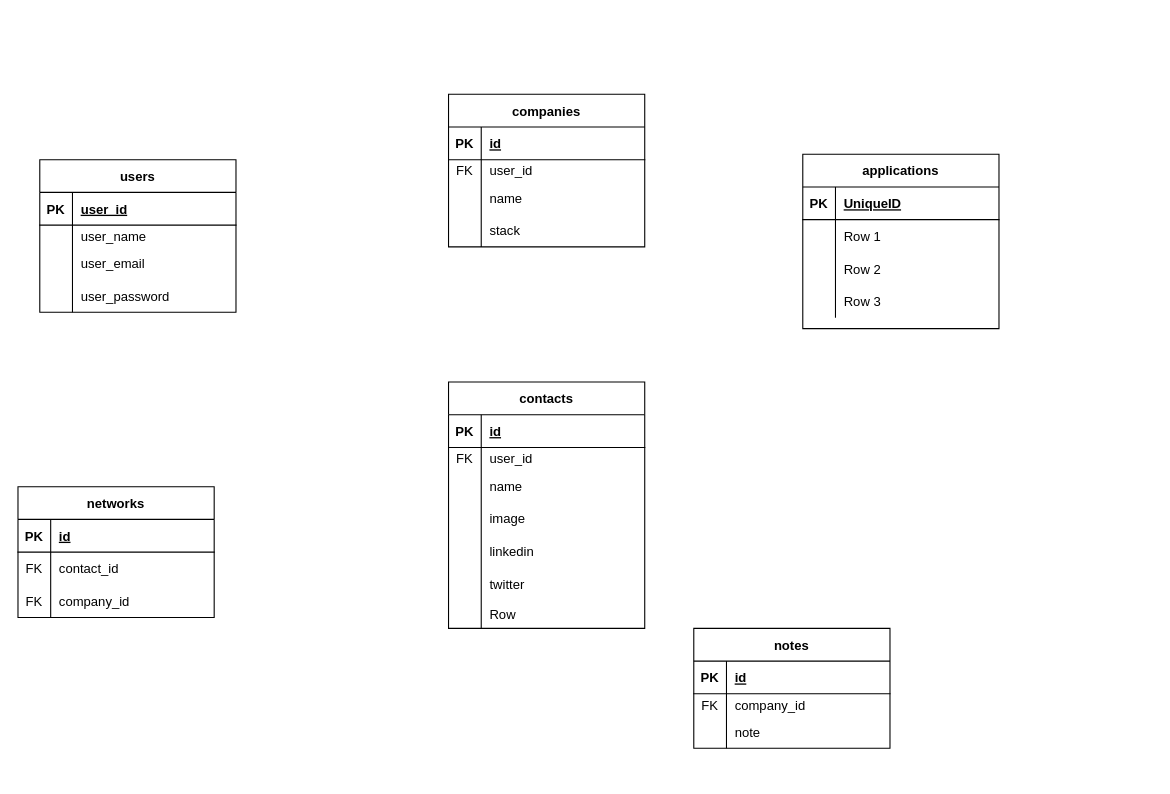
The draw.io diagram project_planning/Diagram.drawio in hopeVaughn/job_map, before the edit. Source tidied: cells renumbered, new cells numbered last; positions are measured from the earlier drawing's top-left corner, leaving out a move shared by most shapes. Both pictures are drawn from the tidied source at 109%, with x=0, y=0 at pixel (17, 94).
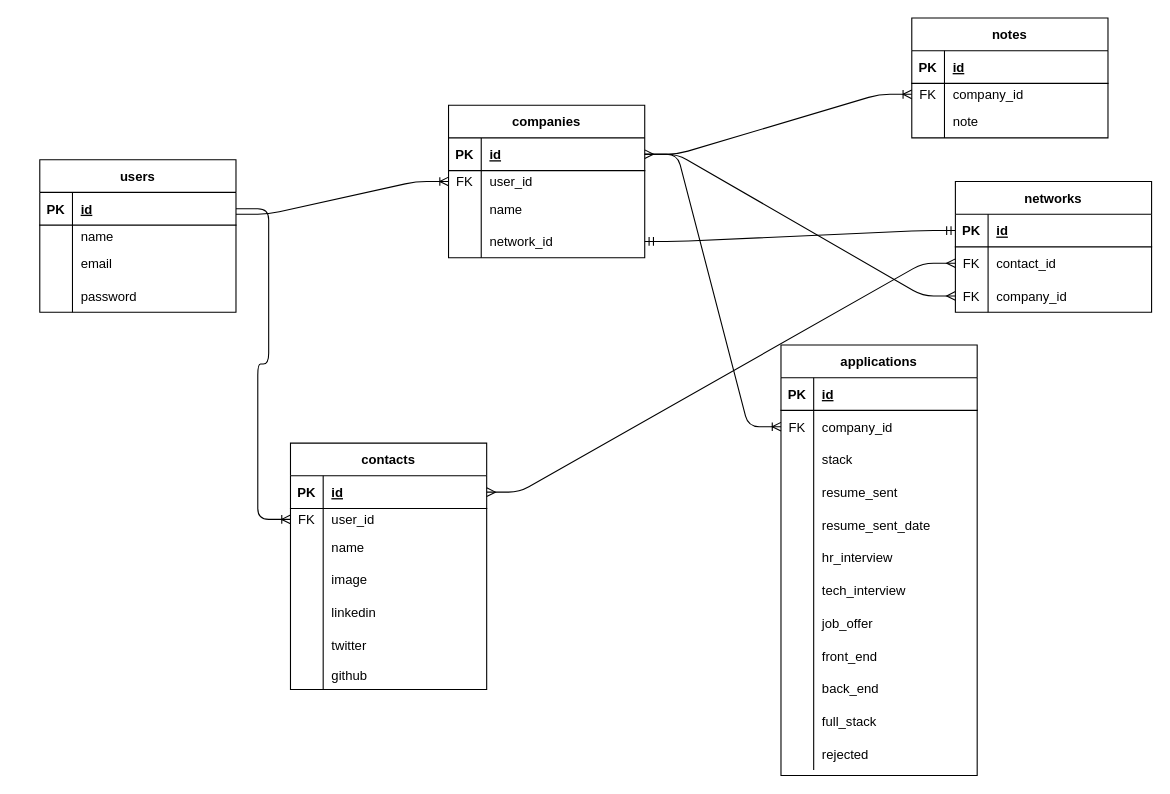
Above is the later version.

Commit message:
moar changes to this branch db re-work

The change refers to these unchanged cells:
```xml
<mxCell id="3" style="shape=partialRectangle;fillColor=none;top=0;left=0;bottom=1;right=0;points=[[0,0.5],[1,0.5]];portConstraint=eastwest;" parent="2" vertex="1">
  <mxGeometry y="30" width="180" height="30" as="geometry" />
</mxCell>
<mxCell id="6" style="shape=partialRectangle;fillColor=none;top=0;left=0;bottom=0;right=0;points=[[0,0.5],[1,0.5]];portConstraint=eastwest;" parent="2" vertex="1">
  <mxGeometry y="60" width="180" height="20" as="geometry" />
</mxCell>
<mxCell id="12" style="shape=partialRectangle;fillColor=none;top=0;left=0;bottom=0;right=0;points=[[0,0.5],[1,0.5]];portConstraint=eastwest;" parent="2" vertex="1">
  <mxGeometry y="110" width="180" height="30" as="geometry" />
</mxCell>
<mxCell id="16" style="shape=partialRectangle;fillColor=none;top=0;left=0;bottom=1;right=0;points=[[0,0.5],[1,0.5]];portConstraint=eastwest;" parent="15" vertex="1">
  <mxGeometry y="30" width="180" height="30" as="geometry" />
</mxCell>
<mxCell id="19" style="shape=partialRectangle;fillColor=none;top=0;left=0;bottom=0;right=0;" parent="15" vertex="1">
  <mxGeometry y="60" width="180" height="20" as="geometry" />
</mxCell>
<mxCell id="22" style="shape=partialRectangle;fillColor=none;top=0;left=0;bottom=0;right=0;" parent="15" vertex="1">
  <mxGeometry y="80" width="180" height="30" as="geometry" />
</mxCell>
<mxCell id="25" style="shape=partialRectangle;fillColor=none;top=0;left=0;bottom=0;right=0;" parent="15" vertex="1">
  <mxGeometry y="110" width="180" height="30" as="geometry" />
</mxCell>
<mxCell id="29" style="shape=partialRectangle;fillColor=none;top=0;left=0;bottom=1;right=0;" parent="28" vertex="1">
  <mxGeometry y="30" width="180" height="30" as="geometry" />
</mxCell>
<mxCell id="32" style="shape=partialRectangle;fillColor=none;top=0;left=0;bottom=0;right=0;points=[[0,0.5],[1,0.5]];portConstraint=eastwest;" parent="28" vertex="1">
  <mxGeometry y="60" width="180" height="30" as="geometry" />
</mxCell>
<mxCell id="35" style="shape=partialRectangle;fillColor=none;top=0;left=0;bottom=0;right=0;" parent="28" vertex="1">
  <mxGeometry y="90" width="180" height="30" as="geometry" />
</mxCell>
<mxCell id="38" style="shape=partialRectangle;fillColor=none;top=0;left=0;bottom=0;right=0;" parent="28" vertex="1">
  <mxGeometry y="120" width="180" height="30" as="geometry" />
</mxCell>
<mxCell id="45" style="shape=partialRectangle;fillColor=none;top=0;left=0;bottom=0;right=0;points=[[0,0.5],[1,0.5]];portConstraint=eastwest;" parent="41" vertex="1">
  <mxGeometry y="60" width="180" height="20" as="geometry" />
</mxCell>
<mxCell id="52" style="shape=partialRectangle;fillColor=none;top=0;left=0;bottom=1;right=0;points=[[0,0.5],[1,0.5]];portConstraint=eastwest;" parent="51" vertex="1">
  <mxGeometry y="30" width="180" height="30" as="geometry" />
</mxCell>
<mxCell id="55" style="shape=partialRectangle;fillColor=none;top=0;left=0;bottom=0;right=0;points=[[0,0.5],[1,0.5]];portConstraint=eastwest;" parent="51" vertex="1">
  <mxGeometry y="60" width="180" height="30" as="geometry" />
</mxCell>
<mxCell id="58" style="shape=partialRectangle;fillColor=none;top=0;left=0;bottom=0;right=0;points=[[0,0.5],[1,0.5]];portConstraint=eastwest;" parent="51" vertex="1">
  <mxGeometry y="90" width="180" height="30" as="geometry" />
</mxCell>
<mxCell id="62" style="shape=partialRectangle;fillColor=none;top=0;left=0;bottom=1;right=0;points=[[0,0.5],[1,0.5]];portConstraint=eastwest;" parent="61" vertex="1">
  <mxGeometry y="30" width="180" height="30" as="geometry" />
</mxCell>
<mxCell id="65" style="shape=partialRectangle;fillColor=none;top=0;left=0;bottom=0;right=0;points=[[0,0.5],[1,0.5]];portConstraint=eastwest;" parent="61" vertex="1">
  <mxGeometry y="60" width="180" height="20" as="geometry" />
</mxCell>
<mxCell id="80" style="shape=partialRectangle;fillColor=none;top=0;left=0;bottom=0;right=0;" parent="61" vertex="1">
  <mxGeometry y="200" width="180" height="26" as="geometry" />
</mxCell>
```

What changed in the source:
```diff
@@
     <mxCell id="2" value="companies" style="shape=table;startSize=30;childLayout=tableLayout;rowLines=0;fontStyle=1;align=center;" parent="1" vertex="1">
-      <mxGeometry x="395" width="180" height="140" as="geometry" />
+      <mxGeometry x="395" y="10" width="180" height="140" as="geometry" />
     </mxCell>
@@
-    <mxCell id="13" style="shape=partialRectangle;fillColor=none;top=0;left=0;bottom=0;right=0;overflow=hidden;" parent="12" vertex="1">
-      <mxGeometry width="30" height="30" as="geometry" />
-    </mxCell>
-    <mxCell id="14" value="stack" style="shape=partialRectangle;fillColor=none;top=0;left=0;bottom=0;right=0;align=left;spacingLeft=6;overflow=hidden;" parent="12" vertex="1">
-      <mxGeometry x="30" width="150" height="30" as="geometry" />
-    </mxCell>
+    <mxCell id="83" style="shape=partialRectangle;fillColor=none;top=0;left=0;bottom=0;right=0;overflow=hidden;" parent="12" vertex="1">
+      <mxGeometry width="30" height="30" as="geometry" />
+    </mxCell>
+    <mxCell id="84" value="network_id" style="shape=partialRectangle;fillColor=none;top=0;left=0;bottom=0;right=0;align=left;spacingLeft=6;overflow=hidden;" parent="12" vertex="1">
+      <mxGeometry x="30" width="150" height="30" as="geometry" />
+    </mxCell>
@@
-    <mxCell id="18" value="user_id" style="shape=partialRectangle;fillColor=none;top=0;left=0;bottom=0;right=0;align=left;spacingLeft=6;fontStyle=5;overflow=hidden;" parent="16" vertex="1">
+    <mxCell id="18" value="id" style="shape=partialRectangle;fillColor=none;top=0;left=0;bottom=0;right=0;align=left;spacingLeft=6;fontStyle=5;overflow=hidden;" parent="16" vertex="1">
       <mxGeometry x="30" width="150" height="30" as="geometry" />
     </mxCell>
@@
-    <mxCell id="21" value="user_name" style="shape=partialRectangle;fillColor=none;top=0;left=0;bottom=0;right=0;align=left;spacingLeft=6;overflow=hidden;" parent="19" vertex="1">
+    <mxCell id="21" value="name" style="shape=partialRectangle;fillColor=none;top=0;left=0;bottom=0;right=0;align=left;spacingLeft=6;overflow=hidden;" parent="19" vertex="1">
       <mxGeometry x="30" width="150" height="20" as="geometry" />
     </mxCell>
@@
-    <mxCell id="24" value="user_email" style="shape=partialRectangle;fillColor=none;top=0;left=0;bottom=0;right=0;align=left;spacingLeft=6;overflow=hidden;" parent="22" vertex="1">
+    <mxCell id="24" value="email" style="shape=partialRectangle;fillColor=none;top=0;left=0;bottom=0;right=0;align=left;spacingLeft=6;overflow=hidden;" parent="22" vertex="1">
       <mxGeometry x="30" width="150" height="30" as="geometry" />
     </mxCell>
@@
-    <mxCell id="27" value="user_password" style="shape=partialRectangle;fillColor=none;top=0;left=0;bottom=0;right=0;align=left;spacingLeft=6;overflow=hidden;" parent="25" vertex="1">
+    <mxCell id="27" value="password" style="shape=partialRectangle;fillColor=none;top=0;left=0;bottom=0;right=0;align=left;spacingLeft=6;overflow=hidden;" parent="25" vertex="1">
       <mxGeometry x="30" width="150" height="30" as="geometry" />
     </mxCell>
     <mxCell id="28" value="applications" style="shape=table;startSize=30;childLayout=tableLayout;rowLines=0;fontStyle=1;align=center;" parent="1" vertex="1">
-      <mxGeometry x="720" y="55" width="180" height="160" as="geometry" />
+      <mxGeometry x="700" y="230" width="180" height="395" as="geometry" />
     </mxCell>
@@
-    <mxCell id="31" value="UniqueID" style="shape=partialRectangle;fillColor=none;top=0;left=0;bottom=0;right=0;align=left;spacingLeft=6;fontStyle=5;overflow=hidden;" parent="29" vertex="1">
+    <mxCell id="31" value="id" style="shape=partialRectangle;fillColor=none;top=0;left=0;bottom=0;right=0;align=left;spacingLeft=6;fontStyle=5;overflow=hidden;" parent="29" vertex="1">
       <mxGeometry x="30" width="150" height="30" as="geometry" />
     </mxCell>
@@
-    <mxCell id="33" style="shape=partialRectangle;fillColor=none;top=0;left=0;bottom=0;right=0;overflow=hidden;" parent="32" vertex="1">
+    <mxCell id="33" value="FK" style="shape=partialRectangle;fillColor=none;top=0;left=0;bottom=0;right=0;overflow=hidden;" parent="32" vertex="1">
       <mxGeometry width="30" height="30" as="geometry" />
     </mxCell>
-    <mxCell id="34" value="Row 1" style="shape=partialRectangle;fillColor=none;top=0;left=0;bottom=0;right=0;align=left;spacingLeft=6;overflow=hidden;" parent="32" vertex="1">
+    <mxCell id="34" value="company_id" style="shape=partialRectangle;fillColor=none;top=0;left=0;bottom=0;right=0;align=left;spacingLeft=6;overflow=hidden;" parent="32" vertex="1">
       <mxGeometry x="30" width="150" height="30" as="geometry" />
     </mxCell>
@@
-    <mxCell id="37" value="Row 2" style="shape=partialRectangle;fillColor=none;top=0;left=0;bottom=0;right=0;align=left;spacingLeft=6;overflow=hidden;" parent="35" vertex="1">
+    <mxCell id="37" value="stack" style="shape=partialRectangle;fillColor=none;top=0;left=0;bottom=0;right=0;align=left;spacingLeft=6;overflow=hidden;" parent="35" vertex="1">
       <mxGeometry x="30" width="150" height="30" as="geometry" />
     </mxCell>
@@
-    <mxCell id="40" value="Row 3" style="shape=partialRectangle;fillColor=none;top=0;left=0;bottom=0;right=0;align=left;spacingLeft=6;overflow=hidden;" parent="38" vertex="1">
+    <mxCell id="40" value="resume_sent" style="shape=partialRectangle;fillColor=none;top=0;left=0;bottom=0;right=0;align=left;spacingLeft=6;overflow=hidden;" parent="38" vertex="1">
       <mxGeometry x="30" width="150" height="30" as="geometry" />
     </mxCell>
+    <mxCell id="85" style="shape=partialRectangle;fillColor=none;top=0;left=0;bottom=0;right=0;" parent="28" vertex="1">
+      <mxGeometry y="150" width="180" height="30" as="geometry" />
+    </mxCell>
+    <mxCell id="86" style="shape=partialRectangle;fillColor=none;top=0;left=0;bottom=0;right=0;overflow=hidden;" parent="85" vertex="1">
+      <mxGeometry width="30" height="30" as="geometry" />
+    </mxCell>
+    <mxCell id="87" value="resume_sent_date" style="shape=partialRectangle;fillColor=none;top=0;left=0;bottom=0;right=0;align=left;spacingLeft=6;overflow=hidden;" parent="85" vertex="1">
+      <mxGeometry x="30" width="150" height="30" as="geometry" />
+    </mxCell>
+    <mxCell id="88" style="shape=partialRectangle;fillColor=none;top=0;left=0;bottom=0;right=0;" parent="28" vertex="1">
+      <mxGeometry y="180" width="180" height="30" as="geometry" />
+    </mxCell>
+    <mxCell id="89" style="shape=partialRectangle;fillColor=none;top=0;left=0;bottom=0;right=0;overflow=hidden;" parent="88" vertex="1">
+      <mxGeometry width="30" height="30" as="geometry" />
+    </mxCell>
+    <mxCell id="90" value="hr_interview" style="shape=partialRectangle;fillColor=none;top=0;left=0;bottom=0;right=0;align=left;spacingLeft=6;overflow=hidden;" parent="88" vertex="1">
+      <mxGeometry x="30" width="150" height="30" as="geometry" />
+    </mxCell>
+    <mxCell id="91" style="shape=partialRectangle;fillColor=none;top=0;left=0;bottom=0;right=0;" parent="28" vertex="1">
+      <mxGeometry y="210" width="180" height="30" as="geometry" />
+    </mxCell>
+    <mxCell id="92" style="shape=partialRectangle;fillColor=none;top=0;left=0;bottom=0;right=0;overflow=hidden;" parent="91" vertex="1">
+      <mxGeometry width="30" height="30" as="geometry" />
+    </mxCell>
+    <mxCell id="93" value="tech_interview" style="shape=partialRectangle;fillColor=none;top=0;left=0;bottom=0;right=0;align=left;spacingLeft=6;overflow=hidden;" parent="91" vertex="1">
+      <mxGeometry x="30" width="150" height="30" as="geometry" />
+    </mxCell>
+    <mxCell id="94" style="shape=partialRectangle;fillColor=none;top=0;left=0;bottom=0;right=0;" parent="28" vertex="1">
+      <mxGeometry y="240" width="180" height="30" as="geometry" />
+    </mxCell>
+    <mxCell id="95" style="shape=partialRectangle;fillColor=none;top=0;left=0;bottom=0;right=0;overflow=hidden;" parent="94" vertex="1">
+      <mxGeometry width="30" height="30" as="geometry" />
+    </mxCell>
+    <mxCell id="96" value="job_offer" style="shape=partialRectangle;fillColor=none;top=0;left=0;bottom=0;right=0;align=left;spacingLeft=6;overflow=hidden;" parent="94" vertex="1">
+      <mxGeometry x="30" width="150" height="30" as="geometry" />
+    </mxCell>
+    <mxCell id="97" style="shape=partialRectangle;fillColor=none;top=0;left=0;bottom=0;right=0;" parent="28" vertex="1">
+      <mxGeometry y="270" width="180" height="30" as="geometry" />
+    </mxCell>
+    <mxCell id="98" style="shape=partialRectangle;fillColor=none;top=0;left=0;bottom=0;right=0;overflow=hidden;" parent="97" vertex="1">
+      <mxGeometry width="30" height="30" as="geometry" />
+    </mxCell>
+    <mxCell id="99" value="front_end" style="shape=partialRectangle;fillColor=none;top=0;left=0;bottom=0;right=0;align=left;spacingLeft=6;overflow=hidden;" parent="97" vertex="1">
+      <mxGeometry x="30" width="150" height="30" as="geometry" />
+    </mxCell>
+    <mxCell id="100" style="shape=partialRectangle;fillColor=none;top=0;left=0;bottom=0;right=0;" parent="28" vertex="1">
+      <mxGeometry y="300" width="180" height="30" as="geometry" />
+    </mxCell>
+    <mxCell id="101" style="shape=partialRectangle;fillColor=none;top=0;left=0;bottom=0;right=0;overflow=hidden;" parent="100" vertex="1">
+      <mxGeometry width="30" height="30" as="geometry" />
+    </mxCell>
+    <mxCell id="102" value="back_end" style="shape=partialRectangle;fillColor=none;top=0;left=0;bottom=0;right=0;align=left;spacingLeft=6;overflow=hidden;" parent="100" vertex="1">
+      <mxGeometry x="30" width="150" height="30" as="geometry" />
+    </mxCell>
+    <mxCell id="103" style="shape=partialRectangle;fillColor=none;top=0;left=0;bottom=0;right=0;" parent="28" vertex="1">
+      <mxGeometry y="330" width="180" height="30" as="geometry" />
+    </mxCell>
+    <mxCell id="104" style="shape=partialRectangle;fillColor=none;top=0;left=0;bottom=0;right=0;overflow=hidden;" parent="103" vertex="1">
+      <mxGeometry width="30" height="30" as="geometry" />
+    </mxCell>
+    <mxCell id="105" value="full_stack" style="shape=partialRectangle;fillColor=none;top=0;left=0;bottom=0;right=0;align=left;spacingLeft=6;overflow=hidden;" parent="103" vertex="1">
+      <mxGeometry x="30" width="150" height="30" as="geometry" />
+    </mxCell>
+    <mxCell id="106" style="shape=partialRectangle;fillColor=none;top=0;left=0;bottom=0;right=0;" parent="28" vertex="1">
+      <mxGeometry y="360" width="180" height="30" as="geometry" />
+    </mxCell>
+    <mxCell id="107" style="shape=partialRectangle;fillColor=none;top=0;left=0;bottom=0;right=0;overflow=hidden;" parent="106" vertex="1">
+      <mxGeometry width="30" height="30" as="geometry" />
+    </mxCell>
+    <mxCell id="108" value="rejected" style="shape=partialRectangle;fillColor=none;top=0;left=0;bottom=0;right=0;align=left;spacingLeft=6;overflow=hidden;" parent="106" vertex="1">
+      <mxGeometry x="30" width="150" height="30" as="geometry" />
+    </mxCell>
     <mxCell id="41" value="notes" style="shape=table;startSize=30;childLayout=tableLayout;rowLines=0;fontStyle=1;align=center;" parent="1" vertex="1">
-      <mxGeometry x="620" y="490" width="180" height="110" as="geometry" />
+      <mxGeometry x="820" y="-70" width="180" height="110" as="geometry" />
     </mxCell>
@@
     <mxCell id="51" value="networks" style="shape=table;startSize=30;childLayout=tableLayout;rowLines=0;fontStyle=1;align=center;" parent="1" vertex="1">
-      <mxGeometry y="360" width="180" height="120" as="geometry" />
+      <mxGeometry x="860" y="80" width="180" height="120" as="geometry" />
     </mxCell>
@@
     <mxCell id="61" value="contacts" style="shape=table;startSize=30;childLayout=tableLayout;rowLines=0;fontStyle=1;align=center;" parent="1" vertex="1">
-      <mxGeometry x="395" y="264" width="180" height="226" as="geometry" />
+      <mxGeometry x="250" y="320" width="180" height="226" as="geometry" />
     </mxCell>
@@
-    <mxCell id="82" value="Row" style="shape=partialRectangle;fillColor=none;top=0;left=0;bottom=0;right=0;align=left;spacingLeft=6;overflow=hidden;" parent="80" vertex="1">
+    <mxCell id="82" value="github" style="shape=partialRectangle;fillColor=none;top=0;left=0;bottom=0;right=0;align=left;spacingLeft=6;overflow=hidden;" parent="80" vertex="1">
       <mxGeometry x="30" width="150" height="26" as="geometry" />
     </mxCell>
+    <mxCell id="109" style="edgeStyle=entityRelationEdgeStyle;fontSize=12;html=1;endArrow=ERoneToMany;entryX=0;entryY=0.5;entryDx=0;entryDy=0;" parent="1" edge="1" target="6">
+      <mxGeometry relative="1" as="geometry">
+        <mxPoint x="200" y="110" as="sourcePoint" />
+      </mxGeometry>
+    </mxCell>
+    <mxCell id="110" style="edgeStyle=entityRelationEdgeStyle;fontSize=12;html=1;endArrow=ERoneToMany;exitX=1;exitY=0.5;exitDx=0;exitDy=0;entryX=0;entryY=0.5;entryDx=0;entryDy=0;" parent="1" edge="1" source="3" target="45">
+      <mxGeometry relative="1" as="geometry" />
+    </mxCell>
+    <mxCell id="111" style="edgeStyle=entityRelationEdgeStyle;fontSize=12;html=1;endArrow=ERoneToMany;entryX=0;entryY=0.5;entryDx=0;entryDy=0;" parent="1" edge="1" source="3" target="32">
+      <mxGeometry relative="1" as="geometry" />
+    </mxCell>
+    <mxCell id="112" style="edgeStyle=entityRelationEdgeStyle;fontSize=12;html=1;endArrow=ERmany;startArrow=ERmany;exitX=1;exitY=0.5;exitDx=0;exitDy=0;entryX=0;entryY=0.5;entryDx=0;entryDy=0;" parent="1" edge="1" source="62" target="55">
+      <mxGeometry relative="1" as="geometry" />
+    </mxCell>
+    <mxCell id="113" style="edgeStyle=entityRelationEdgeStyle;fontSize=12;html=1;endArrow=ERmany;startArrow=ERmany;exitX=1;exitY=0.5;exitDx=0;exitDy=0;entryX=0;entryY=0.5;entryDx=0;entryDy=0;" parent="1" edge="1" source="3" target="58">
+      <mxGeometry relative="1" as="geometry" />
+    </mxCell>
+    <mxCell id="114" style="edgeStyle=entityRelationEdgeStyle;fontSize=12;html=1;endArrow=ERoneToMany;entryX=0;entryY=0.5;entryDx=0;entryDy=0;exitX=1;exitY=0.5;exitDx=0;exitDy=0;" parent="1" edge="1" source="16" target="65">
+      <mxGeometry relative="1" as="geometry" />
+    </mxCell>
+    <mxCell id="115" style="edgeStyle=entityRelationEdgeStyle;fontSize=12;html=1;endArrow=ERmandOne;startArrow=ERmandOne;exitX=1;exitY=0.5;exitDx=0;exitDy=0;entryX=0;entryY=0.5;entryDx=0;entryDy=0;" parent="1" edge="1" source="12" target="52">
+      <mxGeometry relative="1" as="geometry" />
+    </mxCell>
```
